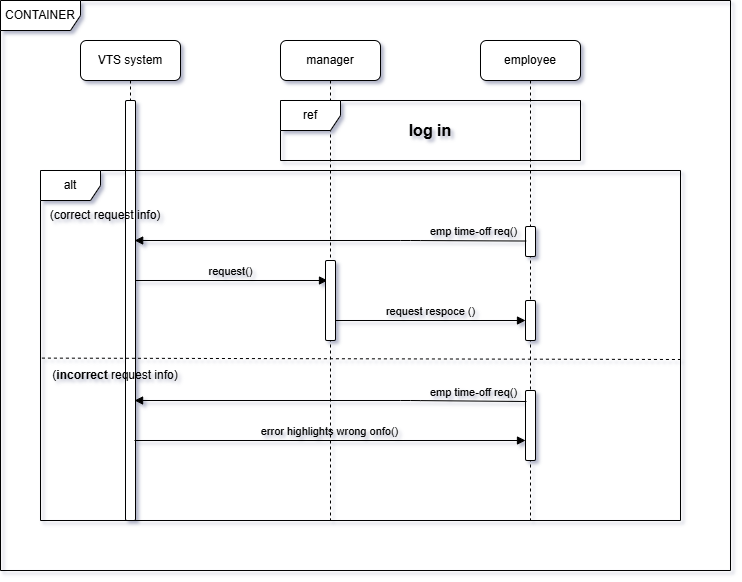
The draw.io diagram task1/manageTime_sequenceDiagram.drawio.png in zieadkh/Mentorship, before a commit. Source tidied: cells renumbered, new cells last; positions are measured from the earlier drawing's top-left corner, leaving out a move shared by most shapes. Its diagram source:
```xml
<mxGraphModel shadow="1">
  <root>
    <mxCell id="0" />
    <mxCell id="1" parent="0" />
    <mxCell id="2" value="manager" style="shape=umlLifeline;perimeter=lifelinePerimeter;whiteSpace=wrap;html=1;newEdgeStyle={&quot;curved&quot;:0,&quot;rounded&quot;:0};size=40;labelBackgroundColor=none;rounded=1;" parent="1" vertex="1">
      <mxGeometry x="280" y="40" width="100" height="480" as="geometry" />
    </mxCell>
    <mxCell id="3" value="employee" style="shape=umlLifeline;perimeter=lifelinePerimeter;whiteSpace=wrap;html=1;newEdgeStyle={&quot;curved&quot;:0,&quot;rounded&quot;:0};labelBackgroundColor=none;rounded=1;" parent="1" vertex="1">
      <mxGeometry x="480" y="40" width="100" height="480" as="geometry" />
    </mxCell>
    <mxCell id="4" style="html=1;points=[[0,0,0,0,5],[0,1,0,0,-5],[1,0,0,0,5],[1,1,0,0,-5]];perimeter=orthogonalPerimeter;outlineConnect=0;targetShapes=umlLifeline;portConstraint=eastwest;newEdgeStyle={&quot;curved&quot;:0,&quot;rounded&quot;:0};labelBackgroundColor=none;rounded=1;" parent="3" vertex="1">
      <mxGeometry x="45" y="186" width="10" height="30" as="geometry" />
    </mxCell>
    <mxCell id="5" style="html=1;perimeter=orthogonalPerimeter;targetShapes=umlLifeline;newEdgeStyle={&quot;curved&quot;:0,&quot;rounded&quot;:0};labelBackgroundColor=none;rounded=1;" parent="3" vertex="1">
      <mxGeometry x="45" y="350" width="10" height="70" as="geometry" />
    </mxCell>
    <mxCell id="6" value="VTS system" style="shape=umlLifeline;perimeter=lifelinePerimeter;whiteSpace=wrap;html=1;newEdgeStyle={&quot;curved&quot;:0,&quot;rounded&quot;:0};labelBackgroundColor=none;rounded=1;" parent="1" vertex="1">
      <mxGeometry x="80" y="40" width="100" height="480" as="geometry" />
    </mxCell>
    <mxCell id="7" style="html=1;perimeter=orthogonalPerimeter;targetShapes=umlLifeline;newEdgeStyle={&quot;curved&quot;:0,&quot;rounded&quot;:0};labelBackgroundColor=none;rounded=1;" parent="6" vertex="1">
      <mxGeometry x="45" y="60" width="10" height="420" as="geometry" />
    </mxCell>
    <mxCell id="8" value="ref" style="shape=umlFrame;whiteSpace=wrap;html=1;labelBackgroundColor=none;rounded=1;" parent="1" vertex="1">
      <mxGeometry x="280" y="100" width="300" height="60" as="geometry" />
    </mxCell>
    <mxCell id="9" value="&lt;b&gt;&lt;font style=&quot;font-size: 16px;&quot;&gt;log in&lt;/font&gt;&lt;/b&gt;" style="text;html=1;whiteSpace=wrap;strokeColor=none;fillColor=none;align=center;verticalAlign=middle;rounded=1;labelBackgroundColor=none;" parent="1" vertex="1">
      <mxGeometry x="400" y="115" width="60" height="30" as="geometry" />
    </mxCell>
    <mxCell id="10" value="request()" style="html=1;verticalAlign=bottom;endArrow=block;curved=0;rounded=1;labelBackgroundColor=none;fontColor=default;" parent="1" edge="1">
      <mxGeometry x="-0.01" relative="1" as="geometry">
        <mxPoint x="135.2" y="280" as="sourcePoint" />
        <mxPoint x="327" y="280" as="targetPoint" />
      </mxGeometry>
    </mxCell>
    <mxCell id="11" value="alt" style="shape=umlFrame;whiteSpace=wrap;html=1;labelBackgroundColor=none;rounded=1;" parent="1" vertex="1">
      <mxGeometry x="40" y="170" width="640" height="350" as="geometry" />
    </mxCell>
    <mxCell id="12" value="error highlights wrong onfo()" style="html=1;verticalAlign=bottom;endArrow=block;curved=0;rounded=1;strokeWidth=1;labelBackgroundColor=none;fontColor=default;" parent="1" edge="1">
      <mxGeometry x="-0.01" relative="1" as="geometry">
        <mxPoint x="134" y="440" as="sourcePoint" />
        <mxPoint x="525" y="440" as="targetPoint" />
      </mxGeometry>
    </mxCell>
    <mxCell id="13" value="(correct request info)" style="text;html=1;whiteSpace=wrap;strokeColor=none;fillColor=none;align=center;verticalAlign=middle;rounded=1;labelBackgroundColor=none;" parent="1" vertex="1">
      <mxGeometry x="40" y="200" width="130" height="30" as="geometry" />
    </mxCell>
    <mxCell id="14" style="html=1;perimeter=orthogonalPerimeter;targetShapes=umlLifeline;newEdgeStyle={&quot;curved&quot;:0,&quot;rounded&quot;:0};labelBackgroundColor=none;rounded=1;" parent="1" vertex="1">
      <mxGeometry x="325" y="260" width="10" height="80" as="geometry" />
    </mxCell>
    <mxCell id="15" value="emp time-off req()" style="html=1;verticalAlign=bottom;endArrow=block;curved=0;rounded=1;exitX=0.067;exitY=0.484;exitDx=0;exitDy=0;exitPerimeter=0;labelBackgroundColor=none;fontColor=default;" parent="1" edge="1" source="4">
      <mxGeometry x="-0.73" relative="1" as="geometry">
        <mxPoint x="134.2" y="240" as="targetPoint" />
        <Array as="points">
          <mxPoint x="410" y="240" />
        </Array>
      </mxGeometry>
    </mxCell>
    <mxCell id="16" style="html=1;points=[[0,0,0,0,5],[0,1,0,0,-5],[1,0,0,0,5],[1,1,0,0,-5]];perimeter=orthogonalPerimeter;outlineConnect=0;targetShapes=umlLifeline;portConstraint=eastwest;newEdgeStyle={&quot;curved&quot;:0,&quot;rounded&quot;:0};labelBackgroundColor=none;rounded=1;" parent="1" vertex="1">
      <mxGeometry x="525" y="300" width="10" height="40" as="geometry" />
    </mxCell>
    <mxCell id="17" value="request respoce ()" style="html=1;verticalAlign=bottom;endArrow=block;curved=0;rounded=1;labelBackgroundColor=none;fontColor=default;" parent="1" edge="1" target="16">
      <mxGeometry relative="1" as="geometry">
        <mxPoint x="335" y="320" as="sourcePoint" />
      </mxGeometry>
    </mxCell>
    <mxCell id="18" style="endArrow=none;dashed=1;html=1;rounded=1;exitX=0.002;exitY=0.67;exitDx=0;exitDy=0;exitPerimeter=0;labelBackgroundColor=none;fontColor=default;" parent="1" edge="1">
      <mxGeometry relative="1" as="geometry">
        <mxPoint x="41.4" y="357.6" as="sourcePoint" />
        <mxPoint x="680" y="359" as="targetPoint" />
      </mxGeometry>
    </mxCell>
    <mxCell id="19" value="(&lt;b&gt;incorrect&lt;/b&gt; request info)" style="text;html=1;whiteSpace=wrap;strokeColor=none;fillColor=none;align=center;verticalAlign=middle;rounded=1;labelBackgroundColor=none;" parent="1" vertex="1">
      <mxGeometry x="50" y="360" width="130" height="30" as="geometry" />
    </mxCell>
    <mxCell id="20" value="emp time-off req()" style="html=1;verticalAlign=bottom;endArrow=block;curved=0;rounded=1;exitX=0.067;exitY=0.484;exitDx=0;exitDy=0;exitPerimeter=0;labelBackgroundColor=none;fontColor=default;" parent="1" edge="1">
      <mxGeometry x="-0.73" relative="1" as="geometry">
        <mxPoint x="525.9" y="401" as="sourcePoint" />
        <mxPoint x="134.1" y="400" as="targetPoint" />
        <Array as="points">
          <mxPoint x="409.9" y="400" />
        </Array>
      </mxGeometry>
    </mxCell>
    <mxCell id="21" value="CONTAINER" style="shape=umlFrame;whiteSpace=wrap;html=1;width=80;height=30;labelBackgroundColor=none;fillStyle=solid;rounded=1;" parent="1" vertex="1">
      <mxGeometry width="730" height="570" as="geometry" />
    </mxCell>
  </root>
</mxGraphModel>
```
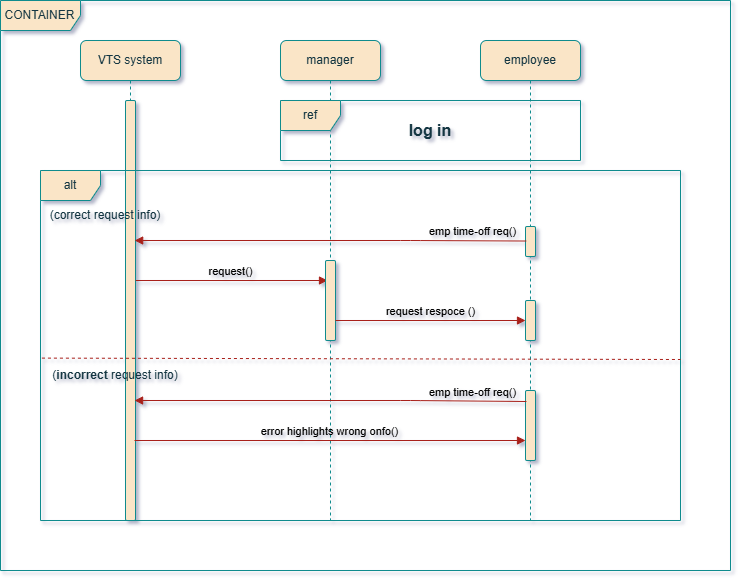
After the commit.

The edit, as a diff of the source:
```diff
@@ -2,52 +2,52 @@
   <root>
     <mxCell id="0" />
     <mxCell id="1" parent="0" />
-    <mxCell id="2" value="manager" style="shape=umlLifeline;perimeter=lifelinePerimeter;whiteSpace=wrap;html=1;newEdgeStyle={&quot;curved&quot;:0,&quot;rounded&quot;:0};size=40;labelBackgroundColor=none;rounded=1;" parent="1" vertex="1">
+    <mxCell id="2" value="manager" style="shape=umlLifeline;perimeter=lifelinePerimeter;whiteSpace=wrap;html=1;newEdgeStyle={&quot;curved&quot;:0,&quot;rounded&quot;:0};size=40;labelBackgroundColor=none;rounded=1;fillColor=#FAE5C7;strokeColor=#0F8B8D;fontColor=#143642;" parent="1" vertex="1">
       <mxGeometry x="280" y="40" width="100" height="480" as="geometry" />
     </mxCell>
-    <mxCell id="3" value="employee" style="shape=umlLifeline;perimeter=lifelinePerimeter;whiteSpace=wrap;html=1;newEdgeStyle={&quot;curved&quot;:0,&quot;rounded&quot;:0};labelBackgroundColor=none;rounded=1;" parent="1" vertex="1">
+    <mxCell id="3" value="employee" style="shape=umlLifeline;perimeter=lifelinePerimeter;whiteSpace=wrap;html=1;newEdgeStyle={&quot;curved&quot;:0,&quot;rounded&quot;:0};labelBackgroundColor=none;rounded=1;fillColor=#FAE5C7;strokeColor=#0F8B8D;fontColor=#143642;" parent="1" vertex="1">
       <mxGeometry x="480" y="40" width="100" height="480" as="geometry" />
     </mxCell>
-    <mxCell id="4" style="html=1;points=[[0,0,0,0,5],[0,1,0,0,-5],[1,0,0,0,5],[1,1,0,0,-5]];perimeter=orthogonalPerimeter;outlineConnect=0;targetShapes=umlLifeline;portConstraint=eastwest;newEdgeStyle={&quot;curved&quot;:0,&quot;rounded&quot;:0};labelBackgroundColor=none;rounded=1;" parent="3" vertex="1">
+    <mxCell id="4" style="html=1;points=[[0,0,0,0,5],[0,1,0,0,-5],[1,0,0,0,5],[1,1,0,0,-5]];perimeter=orthogonalPerimeter;outlineConnect=0;targetShapes=umlLifeline;portConstraint=eastwest;newEdgeStyle={&quot;curved&quot;:0,&quot;rounded&quot;:0};labelBackgroundColor=none;rounded=1;fillColor=#FAE5C7;strokeColor=#0F8B8D;fontColor=#143642;" parent="3" vertex="1">
       <mxGeometry x="45" y="186" width="10" height="30" as="geometry" />
     </mxCell>
-    <mxCell id="5" style="html=1;perimeter=orthogonalPerimeter;targetShapes=umlLifeline;newEdgeStyle={&quot;curved&quot;:0,&quot;rounded&quot;:0};labelBackgroundColor=none;rounded=1;" parent="3" vertex="1">
+    <mxCell id="5" style="html=1;perimeter=orthogonalPerimeter;targetShapes=umlLifeline;newEdgeStyle={&quot;curved&quot;:0,&quot;rounded&quot;:0};labelBackgroundColor=none;rounded=1;fillColor=#FAE5C7;strokeColor=#0F8B8D;fontColor=#143642;" parent="3" vertex="1">
       <mxGeometry x="45" y="350" width="10" height="70" as="geometry" />
     </mxCell>
-    <mxCell id="6" value="VTS system" style="shape=umlLifeline;perimeter=lifelinePerimeter;whiteSpace=wrap;html=1;newEdgeStyle={&quot;curved&quot;:0,&quot;rounded&quot;:0};labelBackgroundColor=none;rounded=1;" parent="1" vertex="1">
+    <mxCell id="6" value="VTS system" style="shape=umlLifeline;perimeter=lifelinePerimeter;whiteSpace=wrap;html=1;newEdgeStyle={&quot;curved&quot;:0,&quot;rounded&quot;:0};labelBackgroundColor=none;rounded=1;fillColor=#FAE5C7;strokeColor=#0F8B8D;fontColor=#143642;" parent="1" vertex="1">
       <mxGeometry x="80" y="40" width="100" height="480" as="geometry" />
     </mxCell>
-    <mxCell id="7" style="html=1;perimeter=orthogonalPerimeter;targetShapes=umlLifeline;newEdgeStyle={&quot;curved&quot;:0,&quot;rounded&quot;:0};labelBackgroundColor=none;rounded=1;" parent="6" vertex="1">
+    <mxCell id="7" style="html=1;perimeter=orthogonalPerimeter;targetShapes=umlLifeline;newEdgeStyle={&quot;curved&quot;:0,&quot;rounded&quot;:0};labelBackgroundColor=none;rounded=1;fillColor=#FAE5C7;strokeColor=#0F8B8D;fontColor=#143642;" parent="6" vertex="1">
       <mxGeometry x="45" y="60" width="10" height="420" as="geometry" />
     </mxCell>
-    <mxCell id="8" value="ref" style="shape=umlFrame;whiteSpace=wrap;html=1;labelBackgroundColor=none;rounded=1;" parent="1" vertex="1">
+    <mxCell id="8" value="ref" style="shape=umlFrame;whiteSpace=wrap;html=1;labelBackgroundColor=none;rounded=1;fillColor=#FAE5C7;strokeColor=#0F8B8D;fontColor=#143642;" parent="1" vertex="1">
       <mxGeometry x="280" y="100" width="300" height="60" as="geometry" />
     </mxCell>
-    <mxCell id="9" value="&lt;b&gt;&lt;font style=&quot;font-size: 16px;&quot;&gt;log in&lt;/font&gt;&lt;/b&gt;" style="text;html=1;whiteSpace=wrap;strokeColor=none;fillColor=none;align=center;verticalAlign=middle;rounded=1;labelBackgroundColor=none;" parent="1" vertex="1">
+    <mxCell id="9" value="&lt;b&gt;&lt;font style=&quot;font-size: 16px;&quot;&gt;log in&lt;/font&gt;&lt;/b&gt;" style="text;html=1;whiteSpace=wrap;strokeColor=none;fillColor=none;align=center;verticalAlign=middle;rounded=1;labelBackgroundColor=none;fontColor=#143642;" parent="1" vertex="1">
       <mxGeometry x="400" y="115" width="60" height="30" as="geometry" />
     </mxCell>
-    <mxCell id="10" value="request()" style="html=1;verticalAlign=bottom;endArrow=block;curved=0;rounded=1;labelBackgroundColor=none;fontColor=default;" parent="1" edge="1">
+    <mxCell id="10" value="request()" style="html=1;verticalAlign=bottom;endArrow=block;curved=0;rounded=1;labelBackgroundColor=none;fontColor=default;strokeColor=#A8201A;" parent="1" edge="1">
       <mxGeometry x="-0.01" relative="1" as="geometry">
         <mxPoint x="135.2" y="280" as="sourcePoint" />
         <mxPoint x="327" y="280" as="targetPoint" />
       </mxGeometry>
     </mxCell>
-    <mxCell id="11" value="alt" style="shape=umlFrame;whiteSpace=wrap;html=1;labelBackgroundColor=none;rounded=1;" parent="1" vertex="1">
+    <mxCell id="11" value="alt" style="shape=umlFrame;whiteSpace=wrap;html=1;labelBackgroundColor=none;rounded=1;fillColor=#FAE5C7;strokeColor=#0F8B8D;fontColor=#143642;" parent="1" vertex="1">
       <mxGeometry x="40" y="170" width="640" height="350" as="geometry" />
     </mxCell>
-    <mxCell id="12" value="error highlights wrong onfo()" style="html=1;verticalAlign=bottom;endArrow=block;curved=0;rounded=1;strokeWidth=1;labelBackgroundColor=none;fontColor=default;" parent="1" edge="1">
+    <mxCell id="12" value="error highlights wrong onfo()" style="html=1;verticalAlign=bottom;endArrow=block;curved=0;rounded=1;strokeWidth=1;labelBackgroundColor=none;fontColor=default;strokeColor=#A8201A;" parent="1" edge="1">
       <mxGeometry x="-0.01" relative="1" as="geometry">
         <mxPoint x="134" y="440" as="sourcePoint" />
         <mxPoint x="525" y="440" as="targetPoint" />
       </mxGeometry>
     </mxCell>
-    <mxCell id="13" value="(correct request info)" style="text;html=1;whiteSpace=wrap;strokeColor=none;fillColor=none;align=center;verticalAlign=middle;rounded=1;labelBackgroundColor=none;" parent="1" vertex="1">
+    <mxCell id="13" value="(correct request info)" style="text;html=1;whiteSpace=wrap;strokeColor=none;fillColor=none;align=center;verticalAlign=middle;rounded=1;labelBackgroundColor=none;fontColor=#143642;" parent="1" vertex="1">
       <mxGeometry x="40" y="200" width="130" height="30" as="geometry" />
     </mxCell>
-    <mxCell id="14" style="html=1;perimeter=orthogonalPerimeter;targetShapes=umlLifeline;newEdgeStyle={&quot;curved&quot;:0,&quot;rounded&quot;:0};labelBackgroundColor=none;rounded=1;" parent="1" vertex="1">
+    <mxCell id="14" style="html=1;perimeter=orthogonalPerimeter;targetShapes=umlLifeline;newEdgeStyle={&quot;curved&quot;:0,&quot;rounded&quot;:0};labelBackgroundColor=none;rounded=1;fillColor=#FAE5C7;strokeColor=#0F8B8D;fontColor=#143642;" parent="1" vertex="1">
       <mxGeometry x="325" y="260" width="10" height="80" as="geometry" />
     </mxCell>
-    <mxCell id="15" value="emp time-off req()" style="html=1;verticalAlign=bottom;endArrow=block;curved=0;rounded=1;exitX=0.067;exitY=0.484;exitDx=0;exitDy=0;exitPerimeter=0;labelBackgroundColor=none;fontColor=default;" parent="1" edge="1" source="4">
+    <mxCell id="15" value="emp time-off req()" style="html=1;verticalAlign=bottom;endArrow=block;curved=0;rounded=1;exitX=0.067;exitY=0.484;exitDx=0;exitDy=0;exitPerimeter=0;labelBackgroundColor=none;fontColor=default;strokeColor=#A8201A;" parent="1" edge="1" source="4">
       <mxGeometry x="-0.73" relative="1" as="geometry">
         <mxPoint x="134.2" y="240" as="targetPoint" />
         <Array as="points">
@@ -55,24 +55,24 @@
         </Array>
       </mxGeometry>
     </mxCell>
-    <mxCell id="16" style="html=1;points=[[0,0,0,0,5],[0,1,0,0,-5],[1,0,0,0,5],[1,1,0,0,-5]];perimeter=orthogonalPerimeter;outlineConnect=0;targetShapes=umlLifeline;portConstraint=eastwest;newEdgeStyle={&quot;curved&quot;:0,&quot;rounded&quot;:0};labelBackgroundColor=none;rounded=1;" parent="1" vertex="1">
+    <mxCell id="16" style="html=1;points=[[0,0,0,0,5],[0,1,0,0,-5],[1,0,0,0,5],[1,1,0,0,-5]];perimeter=orthogonalPerimeter;outlineConnect=0;targetShapes=umlLifeline;portConstraint=eastwest;newEdgeStyle={&quot;curved&quot;:0,&quot;rounded&quot;:0};labelBackgroundColor=none;rounded=1;fillColor=#FAE5C7;strokeColor=#0F8B8D;fontColor=#143642;" parent="1" vertex="1">
       <mxGeometry x="525" y="300" width="10" height="40" as="geometry" />
     </mxCell>
-    <mxCell id="17" value="request respoce ()" style="html=1;verticalAlign=bottom;endArrow=block;curved=0;rounded=1;labelBackgroundColor=none;fontColor=default;" parent="1" edge="1" target="16">
+    <mxCell id="17" value="request respoce ()" style="html=1;verticalAlign=bottom;endArrow=block;curved=0;rounded=1;labelBackgroundColor=none;fontColor=default;strokeColor=#A8201A;" parent="1" edge="1" target="16">
       <mxGeometry relative="1" as="geometry">
         <mxPoint x="335" y="320" as="sourcePoint" />
       </mxGeometry>
     </mxCell>
-    <mxCell id="18" style="endArrow=none;dashed=1;html=1;rounded=1;exitX=0.002;exitY=0.67;exitDx=0;exitDy=0;exitPerimeter=0;labelBackgroundColor=none;fontColor=default;" parent="1" edge="1">
+    <mxCell id="18" style="endArrow=none;dashed=1;html=1;rounded=1;exitX=0.002;exitY=0.67;exitDx=0;exitDy=0;exitPerimeter=0;labelBackgroundColor=none;fontColor=default;strokeColor=#A8201A;" parent="1" edge="1">
       <mxGeometry relative="1" as="geometry">
         <mxPoint x="41.4" y="357.6" as="sourcePoint" />
         <mxPoint x="680" y="359" as="targetPoint" />
       </mxGeometry>
     </mxCell>
-    <mxCell id="19" value="(&lt;b&gt;incorrect&lt;/b&gt; request info)" style="text;html=1;whiteSpace=wrap;strokeColor=none;fillColor=none;align=center;verticalAlign=middle;rounded=1;labelBackgroundColor=none;" parent="1" vertex="1">
+    <mxCell id="19" value="(&lt;b&gt;incorrect&lt;/b&gt; request info)" style="text;html=1;whiteSpace=wrap;strokeColor=none;fillColor=none;align=center;verticalAlign=middle;rounded=1;labelBackgroundColor=none;fontColor=#143642;" parent="1" vertex="1">
       <mxGeometry x="50" y="360" width="130" height="30" as="geometry" />
     </mxCell>
-    <mxCell id="20" value="emp time-off req()" style="html=1;verticalAlign=bottom;endArrow=block;curved=0;rounded=1;exitX=0.067;exitY=0.484;exitDx=0;exitDy=0;exitPerimeter=0;labelBackgroundColor=none;fontColor=default;" parent="1" edge="1">
+    <mxCell id="20" value="emp time-off req()" style="html=1;verticalAlign=bottom;endArrow=block;curved=0;rounded=1;exitX=0.067;exitY=0.484;exitDx=0;exitDy=0;exitPerimeter=0;labelBackgroundColor=none;fontColor=default;strokeColor=#A8201A;" parent="1" edge="1">
       <mxGeometry x="-0.73" relative="1" as="geometry">
         <mxPoint x="525.9" y="401" as="sourcePoint" />
         <mxPoint x="134.1" y="400" as="targetPoint" />
@@ -81,7 +81,7 @@
         </Array>
       </mxGeometry>
     </mxCell>
-    <mxCell id="21" value="CONTAINER" style="shape=umlFrame;whiteSpace=wrap;html=1;width=80;height=30;labelBackgroundColor=none;fillStyle=solid;rounded=1;" parent="1" vertex="1">
+    <mxCell id="21" value="CONTAINER" style="shape=umlFrame;whiteSpace=wrap;html=1;width=80;height=30;labelBackgroundColor=none;fillStyle=solid;rounded=1;fillColor=#FAE5C7;strokeColor=#0F8B8D;fontColor=#143642;" parent="1" vertex="1">
       <mxGeometry width="730" height="570" as="geometry" />
     </mxCell>
   </root>
```
